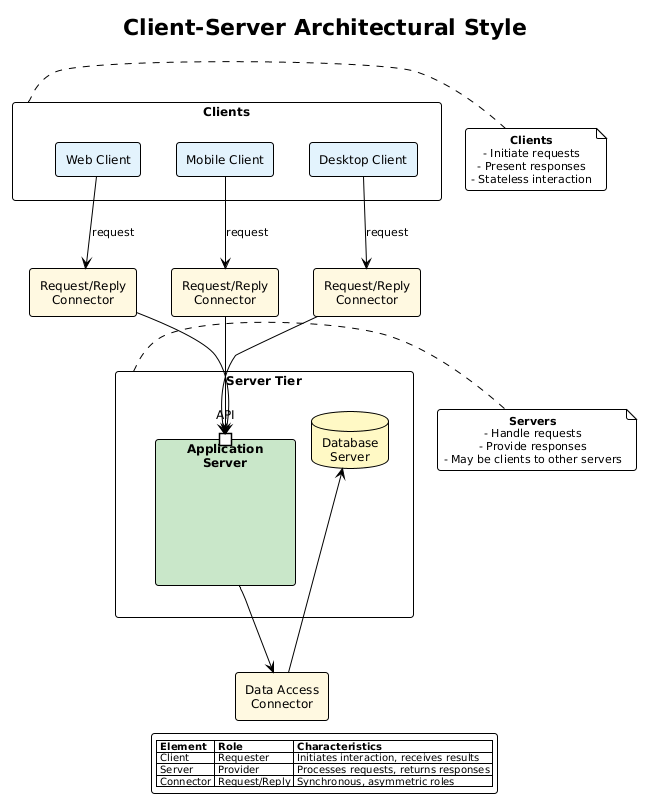
Notoriousjayy/latex-docs keeps this PlantUML diagram as src/architecture/views-and-beyond/style-catalogs/component-and-connector/component-and-connector-views/png/05-client-server-style.png. Above is the earlier version. Its diagram source:
```plantuml
@startuml 05-client-server-style
!include ../../../../../../tooling/styles/plantuml/structural/component-diagram-style.iuml

!theme plain

title Client-Server Architectural Style

package "Clients" as clients {
    component "Web Client" as wc #E3F2FD
    component "Mobile Client" as mc #E3F2FD
    component "Desktop Client" as dc #E3F2FD
}

package "Server Tier" as servers {
    component "Application\nServer" as app #C8E6C9 {
        portin "API" as api
    }

    database "Database\nServer" as db #FFF9C4
}

rectangle "Request/Reply\nConnector" as rr1 #FFF8E1
rectangle "Request/Reply\nConnector" as rr2 #FFF8E1
rectangle "Request/Reply\nConnector" as rr3 #FFF8E1
rectangle "Data Access\nConnector" as da #FFF8E1

wc --> rr1 : request
mc --> rr2 : request
dc --> rr3 : request

rr1 --> api
rr2 --> api
rr3 --> api

app --> da
da --> db

note right of clients
  **Clients**
  - Initiate requests
  - Present responses
  - Stateless interaction
end note

note right of servers
  **Servers**
  - Handle requests
  - Provide responses
  - May be clients to other servers
end note

legend bottom
  |= Element |= Role |= Characteristics |
  | Client | Requester | Initiates interaction, receives results |
  | Server | Provider | Processes requests, returns responses |
  | Connector | Request/Reply | Synchronous, asymmetric roles |
endlegend

@enduml
```
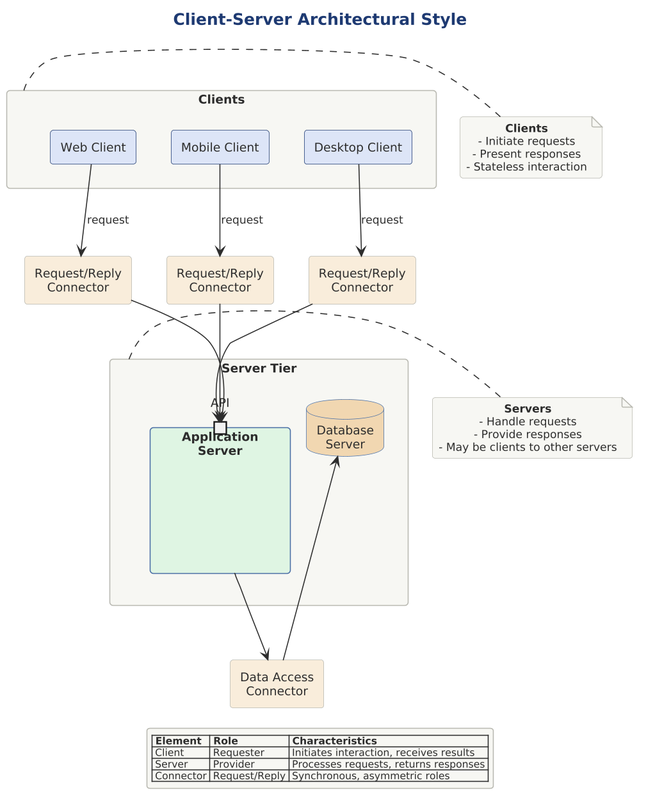
The same diagram one commit later.

What changed in the source:
```diff
@@ -1,28 +1,31 @@
 @startuml 05-client-server-style
+
+skinparam dpi 150
+
+
+
 !include ../../../../../../tooling/styles/plantuml/structural/component-diagram-style.iuml
-
-!theme plain
 
 title Client-Server Architectural Style
 
 package "Clients" as clients {
-    component "Web Client" as wc #E3F2FD
-    component "Mobile Client" as mc #E3F2FD
-    component "Desktop Client" as dc #E3F2FD
+    component "Web Client" as wc $fill_primary
+    component "Mobile Client" as mc $fill_primary
+    component "Desktop Client" as dc $fill_primary
 }
 
 package "Server Tier" as servers {
-    component "Application\nServer" as app #C8E6C9 {
+    component "Application\nServer" as app $fill_ok {
         portin "API" as api
     }
 
-    database "Database\nServer" as db #FFF9C4
+    database "Database\nServer" as db $deep_caution
 }
 
-rectangle "Request/Reply\nConnector" as rr1 #FFF8E1
-rectangle "Request/Reply\nConnector" as rr2 #FFF8E1
-rectangle "Request/Reply\nConnector" as rr3 #FFF8E1
-rectangle "Data Access\nConnector" as da #FFF8E1
+rectangle "Request/Reply\nConnector" as rr1 $fill_caution
+rectangle "Request/Reply\nConnector" as rr2 $fill_caution
+rectangle "Request/Reply\nConnector" as rr3 $fill_caution
+rectangle "Data Access\nConnector" as da $fill_caution
 
 wc --> rr1 : request
 mc --> rr2 : request
```
